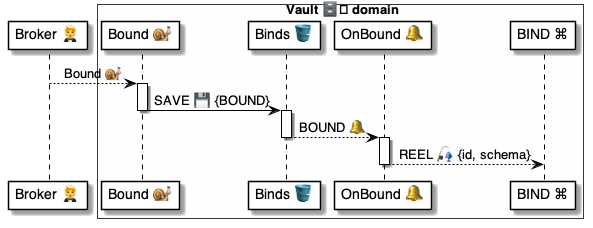
This is 4 ⚙️ Solution/41 🎭 Domain Roles/Vaults 🗄️/🗄️🪣 Vault tables/Binds 🔗 table/🪣🔔 3 Bound/🗄️ OnBindBound ⚙️ uml.png from pollyweb-org/pollyweb-docs, a PlantUML export, as it was before one commit. Its source is kept beside it as 4 ⚙️ Solution/41 🎭 Domain Roles/Vaults 🗄️/🗄️🪣 Vault tables/Binds 🔗 table/🪣🔔 3 Bound/🗄️ OnBindBound ⚙️ uml.puml.
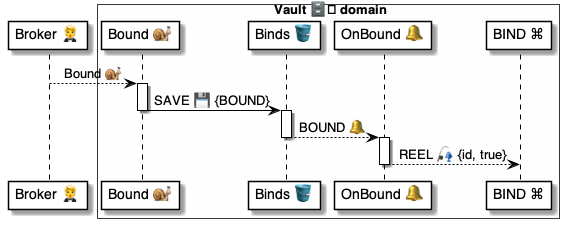
Later version of the same file.

Change to the diagram source:
```diff
@@ -21,7 +21,7 @@
 deactivate binds
 
 activate trigger
-    trigger --> bind: REEL 🎣 {id, schema}
+    trigger --> bind: REEL 🎣 {id, true}
 deactivate trigger
 
 
```
